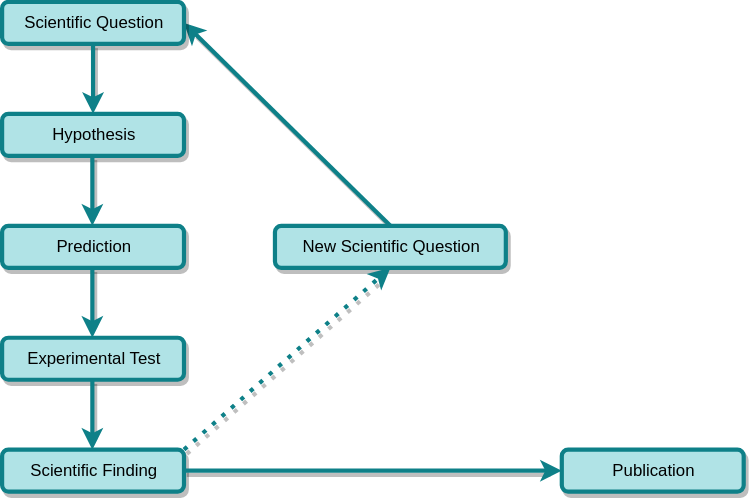
JuliaSprenger/presentations keeps this draw.io diagram as 2020-02-01_Fosdem/scientificcycle.svg. Above is the earlier version. Source tidied: cells renumbered, new cells last; positions are measured from the earlier drawing's top-left corner, leaving out a move shared by most shapes. The source it was exported from:
```xml
<mxGraphModel background="#FFFFFF">
  <root>
    <mxCell id="0" />
    <mxCell id="1" parent="0" />
    <mxCell id="2" style="endArrow=classic;html=1;exitX=0.5;exitY=0;exitDx=0;exitDy=0;entryX=1;entryY=0.5;entryDx=0;entryDy=0;fillColor=#b0e3e6;strokeColor=#0e8088;strokeWidth=3;shadow=1;comic=0;" parent="1" edge="1" source="9" target="3">
      <mxGeometry relative="1" as="geometry" />
    </mxCell>
    <mxCell id="3" value="Scientific Question" style="rounded=1;whiteSpace=wrap;html=1;fillColor=#b0e3e6;strokeColor=#0e8088;strokeWidth=3;shadow=1;comic=0;" parent="1" vertex="1">
      <mxGeometry y="-0.3" width="130" height="30" as="geometry" />
    </mxCell>
    <mxCell id="4" value="&lt;div&gt;Hypothesis&lt;/div&gt;" style="rounded=1;whiteSpace=wrap;html=1;fillColor=#b0e3e6;strokeColor=#0e8088;strokeWidth=3;shadow=1;comic=0;" parent="1" vertex="1">
      <mxGeometry y="79.7" width="130" height="30" as="geometry" />
    </mxCell>
    <mxCell id="5" value="Prediction" style="rounded=1;whiteSpace=wrap;html=1;fillColor=#b0e3e6;strokeColor=#0e8088;strokeWidth=3;shadow=1;comic=0;" parent="1" vertex="1">
      <mxGeometry y="159.7" width="130" height="30" as="geometry" />
    </mxCell>
    <mxCell id="6" value="Experimental Test" style="rounded=1;whiteSpace=wrap;html=1;fillColor=#b0e3e6;strokeColor=#0e8088;strokeWidth=3;shadow=1;comic=0;" parent="1" vertex="1">
      <mxGeometry y="239.7" width="130" height="30" as="geometry" />
    </mxCell>
    <mxCell id="7" value="Scientific Finding" style="rounded=1;whiteSpace=wrap;html=1;fillColor=#b0e3e6;strokeColor=#0e8088;strokeWidth=3;shadow=1;comic=0;" parent="1" vertex="1">
      <mxGeometry y="319.7" width="130" height="30" as="geometry" />
    </mxCell>
    <mxCell id="8" value="Publication" style="rounded=1;whiteSpace=wrap;html=1;fillColor=#b0e3e6;strokeColor=#0e8088;strokeWidth=3;shadow=1;comic=0;" parent="1" vertex="1">
      <mxGeometry x="400" y="319.7" width="130" height="30" as="geometry" />
    </mxCell>
    <mxCell id="9" value="New Scientific Question" style="rounded=1;whiteSpace=wrap;html=1;fillColor=#b0e3e6;strokeColor=#0e8088;strokeWidth=3;shadow=1;comic=0;" parent="1" vertex="1">
      <mxGeometry x="195" y="159.7" width="165" height="30" as="geometry" />
    </mxCell>
    <mxCell id="10" style="endArrow=classic;html=1;exitX=0.5;exitY=1;exitDx=0;exitDy=0;entryX=0.5;entryY=0;entryDx=0;entryDy=0;fillColor=#b0e3e6;strokeColor=#0e8088;strokeWidth=3;shadow=1;comic=0;" parent="1" edge="1" source="3" target="4">
      <mxGeometry relative="1" as="geometry" />
    </mxCell>
    <mxCell id="11" style="endArrow=classic;html=1;exitX=0.5;exitY=1;exitDx=0;exitDy=0;entryX=0.5;entryY=0;entryDx=0;entryDy=0;fillColor=#b0e3e6;strokeColor=#0e8088;strokeWidth=3;shadow=1;comic=0;" parent="1" edge="1">
      <mxGeometry relative="1" as="geometry">
        <mxPoint x="64.5" y="109.7" as="sourcePoint" />
        <mxPoint x="64.5" y="159.7" as="targetPoint" />
      </mxGeometry>
    </mxCell>
    <mxCell id="12" style="endArrow=classic;html=1;exitX=0.5;exitY=1;exitDx=0;exitDy=0;entryX=0.5;entryY=0;entryDx=0;entryDy=0;fillColor=#b0e3e6;strokeColor=#0e8088;strokeWidth=3;shadow=1;comic=0;" parent="1" edge="1">
      <mxGeometry relative="1" as="geometry">
        <mxPoint x="64.5" y="189.7" as="sourcePoint" />
        <mxPoint x="64.5" y="239.7" as="targetPoint" />
      </mxGeometry>
    </mxCell>
    <mxCell id="13" style="endArrow=classic;html=1;exitX=0.5;exitY=1;exitDx=0;exitDy=0;entryX=0.5;entryY=0;entryDx=0;entryDy=0;fillColor=#b0e3e6;strokeColor=#0e8088;strokeWidth=3;shadow=1;comic=0;" parent="1" edge="1">
      <mxGeometry relative="1" as="geometry">
        <mxPoint x="64.5" y="269.7" as="sourcePoint" />
        <mxPoint x="64.5" y="319.7" as="targetPoint" />
      </mxGeometry>
    </mxCell>
    <mxCell id="14" style="endArrow=classic;html=1;exitX=1;exitY=0;exitDx=0;exitDy=0;entryX=0.5;entryY=1;entryDx=0;entryDy=0;dashed=1;dashPattern=1 2;fillColor=#b0e3e6;strokeColor=#0e8088;strokeWidth=3;shadow=1;comic=0;" parent="1" edge="1" source="7" target="9">
      <mxGeometry relative="1" as="geometry" />
    </mxCell>
    <mxCell id="15" style="endArrow=classic;html=1;fillColor=#b0e3e6;strokeColor=#0e8088;exitX=1;exitY=0.5;exitDx=0;exitDy=0;strokeWidth=3;shadow=1;comic=0;" parent="1" edge="1" source="7">
      <mxGeometry relative="1" as="geometry">
        <mxPoint x="400" y="334.7" as="targetPoint" />
      </mxGeometry>
    </mxCell>
  </root>
</mxGraphModel>
```
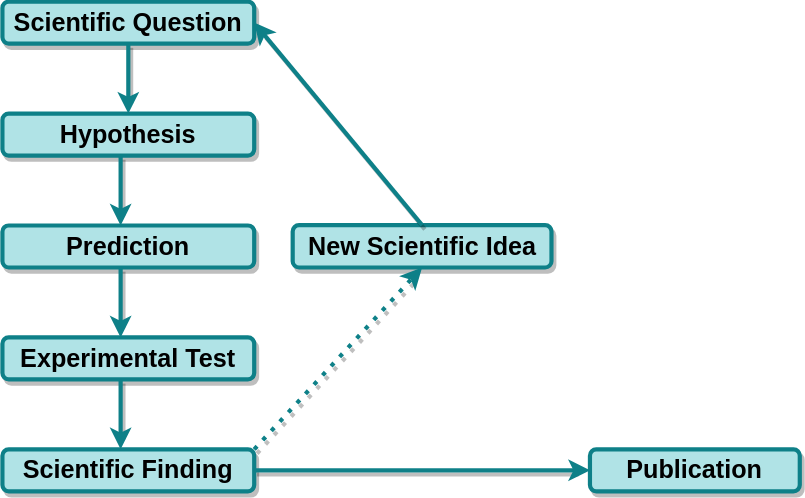
After the change.

Change to the diagram source:
```diff
@@ -2,57 +2,57 @@
   <root>
     <mxCell id="0" />
     <mxCell id="1" parent="0" />
-    <mxCell id="2" style="endArrow=classic;html=1;exitX=0.5;exitY=0;exitDx=0;exitDy=0;entryX=1;entryY=0.5;entryDx=0;entryDy=0;fillColor=#b0e3e6;strokeColor=#0e8088;strokeWidth=3;shadow=1;comic=0;" parent="1" edge="1" source="9" target="3">
-      <mxGeometry relative="1" as="geometry" />
-    </mxCell>
-    <mxCell id="3" value="Scientific Question" style="rounded=1;whiteSpace=wrap;html=1;fillColor=#b0e3e6;strokeColor=#0e8088;strokeWidth=3;shadow=1;comic=0;" parent="1" vertex="1">
-      <mxGeometry y="-0.3" width="130" height="30" as="geometry" />
+    <mxCell id="3" value="Scientific Question" style="rounded=1;whiteSpace=wrap;html=1;fillColor=#b0e3e6;strokeColor=#0e8088;strokeWidth=3;shadow=1;comic=0;fontSize=18;fontStyle=1;" parent="1" vertex="1">
+      <mxGeometry y="-0.3" width="180" height="30" as="geometry" />
     </mxCell>
-    <mxCell id="4" value="&lt;div&gt;Hypothesis&lt;/div&gt;" style="rounded=1;whiteSpace=wrap;html=1;fillColor=#b0e3e6;strokeColor=#0e8088;strokeWidth=3;shadow=1;comic=0;" parent="1" vertex="1">
-      <mxGeometry y="79.7" width="130" height="30" as="geometry" />
+    <mxCell id="4" value="&lt;div style=&quot;font-size: 18px;&quot;&gt;Hypothesis&lt;/div&gt;" style="rounded=1;whiteSpace=wrap;html=1;fillColor=#b0e3e6;strokeColor=#0e8088;strokeWidth=3;shadow=1;comic=0;fontSize=18;fontStyle=1;" parent="1" vertex="1">
+      <mxGeometry y="79.7" width="180" height="30" as="geometry" />
     </mxCell>
-    <mxCell id="5" value="Prediction" style="rounded=1;whiteSpace=wrap;html=1;fillColor=#b0e3e6;strokeColor=#0e8088;strokeWidth=3;shadow=1;comic=0;" parent="1" vertex="1">
-      <mxGeometry y="159.7" width="130" height="30" as="geometry" />
+    <mxCell id="5" value="Prediction" style="rounded=1;whiteSpace=wrap;html=1;fillColor=#b0e3e6;strokeColor=#0e8088;strokeWidth=3;shadow=1;comic=0;fontSize=18;fontStyle=1;" parent="1" vertex="1">
+      <mxGeometry y="159.7" width="180" height="30" as="geometry" />
     </mxCell>
-    <mxCell id="6" value="Experimental Test" style="rounded=1;whiteSpace=wrap;html=1;fillColor=#b0e3e6;strokeColor=#0e8088;strokeWidth=3;shadow=1;comic=0;" parent="1" vertex="1">
-      <mxGeometry y="239.7" width="130" height="30" as="geometry" />
+    <mxCell id="6" value="Experimental Test" style="rounded=1;whiteSpace=wrap;html=1;fillColor=#b0e3e6;strokeColor=#0e8088;strokeWidth=3;shadow=1;comic=0;fontSize=18;fontStyle=1;" parent="1" vertex="1">
+      <mxGeometry y="239.7" width="180" height="30" as="geometry" />
     </mxCell>
-    <mxCell id="7" value="Scientific Finding" style="rounded=1;whiteSpace=wrap;html=1;fillColor=#b0e3e6;strokeColor=#0e8088;strokeWidth=3;shadow=1;comic=0;" parent="1" vertex="1">
-      <mxGeometry y="319.7" width="130" height="30" as="geometry" />
+    <mxCell id="7" value="Scientific Finding" style="rounded=1;whiteSpace=wrap;html=1;fillColor=#b0e3e6;strokeColor=#0e8088;strokeWidth=3;shadow=1;comic=0;fontSize=18;fontStyle=1;" parent="1" vertex="1">
+      <mxGeometry y="319.7" width="180" height="30" as="geometry" />
     </mxCell>
-    <mxCell id="8" value="Publication" style="rounded=1;whiteSpace=wrap;html=1;fillColor=#b0e3e6;strokeColor=#0e8088;strokeWidth=3;shadow=1;comic=0;" parent="1" vertex="1">
-      <mxGeometry x="400" y="319.7" width="130" height="30" as="geometry" />
+    <mxCell id="8" value="Publication" style="rounded=1;whiteSpace=wrap;html=1;fillColor=#b0e3e6;strokeColor=#0e8088;strokeWidth=3;shadow=1;comic=0;fontSize=18;fontStyle=1;" parent="1" vertex="1">
+      <mxGeometry x="420" y="319.7" width="150" height="30" as="geometry" />
     </mxCell>
-    <mxCell id="9" value="New Scientific Question" style="rounded=1;whiteSpace=wrap;html=1;fillColor=#b0e3e6;strokeColor=#0e8088;strokeWidth=3;shadow=1;comic=0;" parent="1" vertex="1">
-      <mxGeometry x="195" y="159.7" width="165" height="30" as="geometry" />
+    <mxCell id="9" value="New Scientific Idea" style="rounded=1;fillColor=#b0e3e6;strokeColor=#0e8088;strokeWidth=3;shadow=1;comic=0;fontSize=18;fontStyle=1;html=1;" parent="1" vertex="1">
+      <mxGeometry x="207.5" y="159.4" width="185" height="30.3" as="geometry" />
     </mxCell>
-    <mxCell id="10" style="endArrow=classic;html=1;exitX=0.5;exitY=1;exitDx=0;exitDy=0;entryX=0.5;entryY=0;entryDx=0;entryDy=0;fillColor=#b0e3e6;strokeColor=#0e8088;strokeWidth=3;shadow=1;comic=0;" parent="1" edge="1" source="3" target="4">
+    <mxCell id="10" style="endArrow=classic;html=1;exitX=0.5;exitY=1;exitDx=0;exitDy=0;entryX=0.5;entryY=0;entryDx=0;entryDy=0;fillColor=#b0e3e6;strokeColor=#0e8088;strokeWidth=3;shadow=1;comic=0;fontSize=18;fontStyle=1;" parent="1" edge="1" source="3" target="4">
       <mxGeometry relative="1" as="geometry" />
     </mxCell>
-    <mxCell id="11" style="endArrow=classic;html=1;exitX=0.5;exitY=1;exitDx=0;exitDy=0;entryX=0.5;entryY=0;entryDx=0;entryDy=0;fillColor=#b0e3e6;strokeColor=#0e8088;strokeWidth=3;shadow=1;comic=0;" parent="1" edge="1">
+    <mxCell id="11" style="endArrow=classic;html=1;exitX=0.5;exitY=1;exitDx=0;exitDy=0;entryX=0.5;entryY=0;entryDx=0;entryDy=0;fillColor=#b0e3e6;strokeColor=#0e8088;strokeWidth=3;shadow=1;comic=0;fontSize=18;fontStyle=1;" parent="1" edge="1">
       <mxGeometry relative="1" as="geometry">
-        <mxPoint x="64.5" y="109.7" as="sourcePoint" />
-        <mxPoint x="64.5" y="159.7" as="targetPoint" />
+        <mxPoint x="84.5" y="109.7" as="sourcePoint" />
+        <mxPoint x="84.5" y="159.7" as="targetPoint" />
       </mxGeometry>
     </mxCell>
-    <mxCell id="12" style="endArrow=classic;html=1;exitX=0.5;exitY=1;exitDx=0;exitDy=0;entryX=0.5;entryY=0;entryDx=0;entryDy=0;fillColor=#b0e3e6;strokeColor=#0e8088;strokeWidth=3;shadow=1;comic=0;" parent="1" edge="1">
+    <mxCell id="12" style="endArrow=classic;html=1;exitX=0.5;exitY=1;exitDx=0;exitDy=0;entryX=0.5;entryY=0;entryDx=0;entryDy=0;fillColor=#b0e3e6;strokeColor=#0e8088;strokeWidth=3;shadow=1;comic=0;fontSize=18;fontStyle=1;" parent="1" edge="1">
       <mxGeometry relative="1" as="geometry">
-        <mxPoint x="64.5" y="189.7" as="sourcePoint" />
-        <mxPoint x="64.5" y="239.7" as="targetPoint" />
+        <mxPoint x="84.5" y="189.7" as="sourcePoint" />
+        <mxPoint x="84.5" y="239.7" as="targetPoint" />
       </mxGeometry>
     </mxCell>
-    <mxCell id="13" style="endArrow=classic;html=1;exitX=0.5;exitY=1;exitDx=0;exitDy=0;entryX=0.5;entryY=0;entryDx=0;entryDy=0;fillColor=#b0e3e6;strokeColor=#0e8088;strokeWidth=3;shadow=1;comic=0;" parent="1" edge="1">
+    <mxCell id="13" style="endArrow=classic;html=1;exitX=0.5;exitY=1;exitDx=0;exitDy=0;entryX=0.5;entryY=0;entryDx=0;entryDy=0;fillColor=#b0e3e6;strokeColor=#0e8088;strokeWidth=3;shadow=1;comic=0;fontSize=18;fontStyle=1;" parent="1" edge="1">
       <mxGeometry relative="1" as="geometry">
-        <mxPoint x="64.5" y="269.7" as="sourcePoint" />
-        <mxPoint x="64.5" y="319.7" as="targetPoint" />
+        <mxPoint x="84.5" y="269.7" as="sourcePoint" />
+        <mxPoint x="84.5" y="319.7" as="targetPoint" />
       </mxGeometry>
     </mxCell>
     <mxCell id="14" style="endArrow=classic;html=1;exitX=1;exitY=0;exitDx=0;exitDy=0;entryX=0.5;entryY=1;entryDx=0;entryDy=0;dashed=1;dashPattern=1 2;fillColor=#b0e3e6;strokeColor=#0e8088;strokeWidth=3;shadow=1;comic=0;" parent="1" edge="1" source="7" target="9">
       <mxGeometry relative="1" as="geometry" />
     </mxCell>
+    <mxCell id="2" style="endArrow=classic;html=1;exitX=0.5;exitY=0;exitDx=0;exitDy=0;entryX=1;entryY=0.5;entryDx=0;entryDy=0;fillColor=#b0e3e6;strokeColor=#0e8088;strokeWidth=3;shadow=1;comic=0;fontSize=18;fontStyle=1;" parent="1" edge="1" source="9" target="3">
+      <mxGeometry relative="1" as="geometry" />
+    </mxCell>
     <mxCell id="15" style="endArrow=classic;html=1;fillColor=#b0e3e6;strokeColor=#0e8088;exitX=1;exitY=0.5;exitDx=0;exitDy=0;strokeWidth=3;shadow=1;comic=0;" parent="1" edge="1" source="7">
       <mxGeometry relative="1" as="geometry">
-        <mxPoint x="400" y="334.7" as="targetPoint" />
+        <mxPoint x="420" y="334.7" as="targetPoint" />
       </mxGeometry>
     </mxCell>
   </root>
```
